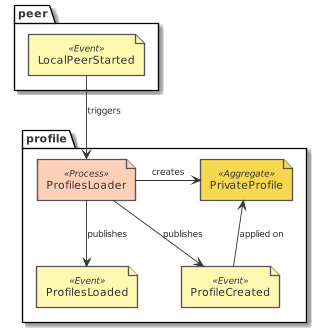
Before: paper/design_profile_eventstorming_load_profiles.png, a diagram exported from PlantUML (tmorin/dorders). Source of this version:
```plantuml
@startuml design_profile_eventstorming_load_profiles
!include common.puml
!include ../.gdiag/plantuml-libs/eventstorming/eventstorming-all.puml
package peer {
  event('LocalPeerStarted')
}
package profile {
  process('ProfilesLoader')
  event('ProfileCreated')
  event('ProfilesLoaded')
  aggregate('PrivateProfile')
}
LocalPeerStarted --> ProfilesLoader : triggers
ProfilesLoader -r-> PrivateProfile : creates
ProfileCreated -u-> PrivateProfile : applied on
ProfilesLoader --> ProfileCreated : publishes
ProfilesLoader --> ProfilesLoaded : publishes
@enduml
```
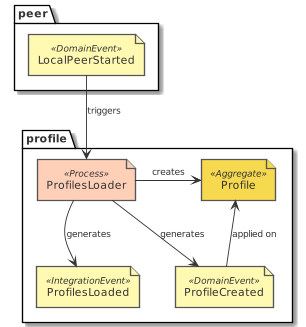
After the change.

The edit, as a diff of the source:
```diff
@@ -2,17 +2,17 @@
 !include common.puml
 !include ../.gdiag/plantuml-libs/eventstorming/eventstorming-all.puml
 package peer {
-  event('LocalPeerStarted')
+  domain_event('LocalPeerStarted')
 }
 package profile {
   process('ProfilesLoader')
-  event('ProfileCreated')
-  event('ProfilesLoaded')
-  aggregate('PrivateProfile')
+  domain_event('ProfileCreated')
+  integration_event('ProfilesLoaded')
+  aggregate('Profile')
 }
 LocalPeerStarted --> ProfilesLoader : triggers
-ProfilesLoader -r-> PrivateProfile : creates
-ProfileCreated -u-> PrivateProfile : applied on
-ProfilesLoader --> ProfileCreated : publishes
-ProfilesLoader --> ProfilesLoaded : publishes
+ProfilesLoader -r-> Profile : creates
+ProfileCreated -u-> Profile : applied on
+ProfilesLoader --> ProfileCreated : generates
+ProfilesLoader --> ProfilesLoaded : generates
 @enduml
```
